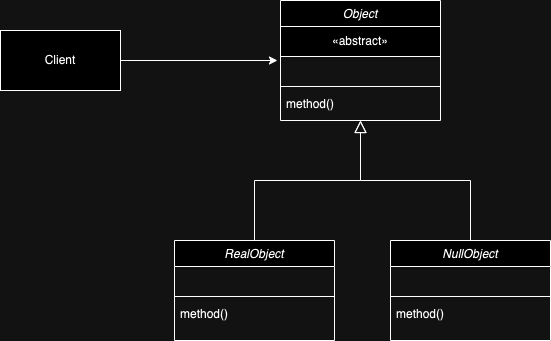
Above: NullObjectDesignPattern/diagram/NullObjectClassDiagram.png in i-ravi/LLD-SystemDesign (draw.io), before the change. Source tidied: cells renumbered, new cells last; positions are measured from the earlier drawing's top-left corner, leaving out a move shared by most shapes.
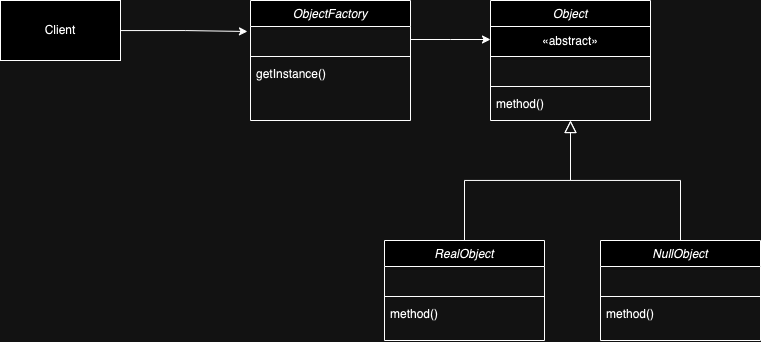
After the change.

Commit message:
Added Factory Design for Null Object Design

Change to the diagram source:
```diff
@@ -50,10 +50,27 @@
       </mxGeometry>
     </mxCell>
     <mxCell id="17" value="Client" style="rounded=0;whiteSpace=wrap;html=1;" parent="1" vertex="1">
-      <mxGeometry y="30" width="120" height="60" as="geometry" />
+      <mxGeometry x="-210" width="120" height="60" as="geometry" />
     </mxCell>
-    <mxCell id="18" style="edgeStyle=orthogonalEdgeStyle;rounded=0;jettySize=auto;html=1;entryX=-0.019;entryY=0.154;entryDx=0;entryDy=0;entryPerimeter=0;" parent="1" edge="1" source="17" target="4">
-      <mxGeometry relative="1" as="geometry" />
-    </mxCell>
+    <mxCell id="19" value="ObjectFactory" style="swimlane;fontStyle=2;align=center;verticalAlign=top;horizontal=1;startSize=26;rounded=0;shadow=0;strokeWidth=1;" parent="1" vertex="1">
+      <mxGeometry x="40" width="160" height="120" as="geometry" />
+    </mxCell>
+    <mxCell id="20" style="edgeStyle=orthogonalEdgeStyle;rounded=0;jettySize=auto;html=1;" parent="19" edge="1" source="21">
+      <mxGeometry relative="1" as="geometry">
+        <mxPoint x="240" y="39" as="targetPoint" />
+      </mxGeometry>
+    </mxCell>
+    <mxCell id="21" value=" " style="text;align=left;verticalAlign=top;spacingLeft=4;spacingRight=4;overflow=hidden;points=[[0,0.5],[1,0.5]];portConstraint=eastwest;" parent="19" vertex="1">
+      <mxGeometry y="26" width="160" height="26" as="geometry" />
+    </mxCell>
+    <mxCell id="22" style="line;html=1;strokeWidth=1;align=left;verticalAlign=middle;spacingTop=-1;spacingLeft=3;spacingRight=3;labelPosition=right;" parent="19" vertex="1">
+      <mxGeometry y="52" width="160" height="8" as="geometry" />
+    </mxCell>
+    <mxCell id="23" value="getInstance()" style="text;align=left;verticalAlign=top;spacingLeft=4;spacingRight=4;overflow=hidden;" parent="19" vertex="1">
+      <mxGeometry y="60" width="160" height="26" as="geometry" />
+    </mxCell>
+    <mxCell id="24" style="edgeStyle=orthogonalEdgeStyle;rounded=0;jettySize=auto;html=1;entryX=-0.019;entryY=0.192;entryDx=0;entryDy=0;entryPerimeter=0;" parent="1" edge="1" source="17" target="21">
+      <mxGeometry relative="1" as="geometry" />
+    </mxCell>
   </root>
 </mxGraphModel>
```
